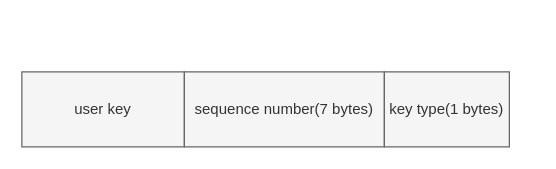
Before: images/内部键.drawio in jiaxwu/goleveldb, a draw.io diagram. Source tidied: cells renumbered, new cells numbered last; positions are measured from the earlier drawing's top-left corner, leaving out a move shared by most shapes. Both pictures are drawn from the tidied source at 125%, with x=0, y=0 at pixel (21, 71).
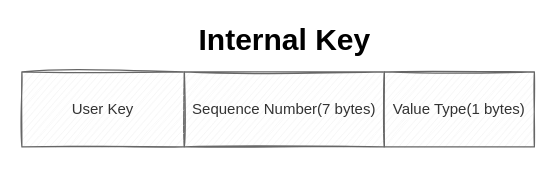
Above is the later version.

The edit, as a diff of the source:
```diff
@@
 <mxGraphModel>
   <root>
     <mxCell id="0" />
     <mxCell id="1" parent="0" />
-    <mxCell id="2" value="user key" style="rounded=0;whiteSpace=wrap;html=1;fillColor=#f5f5f5;strokeColor=#666666;fontColor=#333333;" parent="1" vertex="1">
+    <mxCell id="2" value="User Key" style="rounded=0;whiteSpace=wrap;html=1;fillColor=#f5f5f5;strokeColor=#666666;fontColor=#333333;sketch=1;" parent="1" vertex="1">
       <mxGeometry width="130" height="60" as="geometry" />
     </mxCell>
-    <mxCell id="3" value="sequence number(7 bytes)" style="rounded=0;whiteSpace=wrap;html=1;fillColor=#f5f5f5;strokeColor=#666666;fontColor=#333333;" parent="1" vertex="1">
+    <mxCell id="3" value="Sequence Number(7 bytes)" style="rounded=0;whiteSpace=wrap;html=1;fillColor=#f5f5f5;strokeColor=#666666;fontColor=#333333;sketch=1;" parent="1" vertex="1">
       <mxGeometry x="130" width="160" height="60" as="geometry" />
     </mxCell>
-    <mxCell id="4" value="key type(1 bytes)" style="rounded=0;whiteSpace=wrap;html=1;fillColor=#f5f5f5;strokeColor=#666666;fontColor=#333333;" parent="1" vertex="1">
-      <mxGeometry x="290" width="100" height="60" as="geometry" />
+    <mxCell id="4" value="Value Type(1 bytes)" style="rounded=0;whiteSpace=wrap;html=1;fillColor=#f5f5f5;strokeColor=#666666;fontColor=#333333;sketch=1;" parent="1" vertex="1">
+      <mxGeometry x="290" width="120" height="60" as="geometry" />
     </mxCell>
+    <mxCell id="5" value="Internal Key" style="text;html=1;align=center;verticalAlign=middle;strokeColor=none;fillColor=none;fontSize=24;fontStyle=1;" parent="1" vertex="1">
+      <mxGeometry x="135" y="-40" width="150" height="30" as="geometry" />
+    </mxCell>
   </root>
 </mxGraphModel>
```
